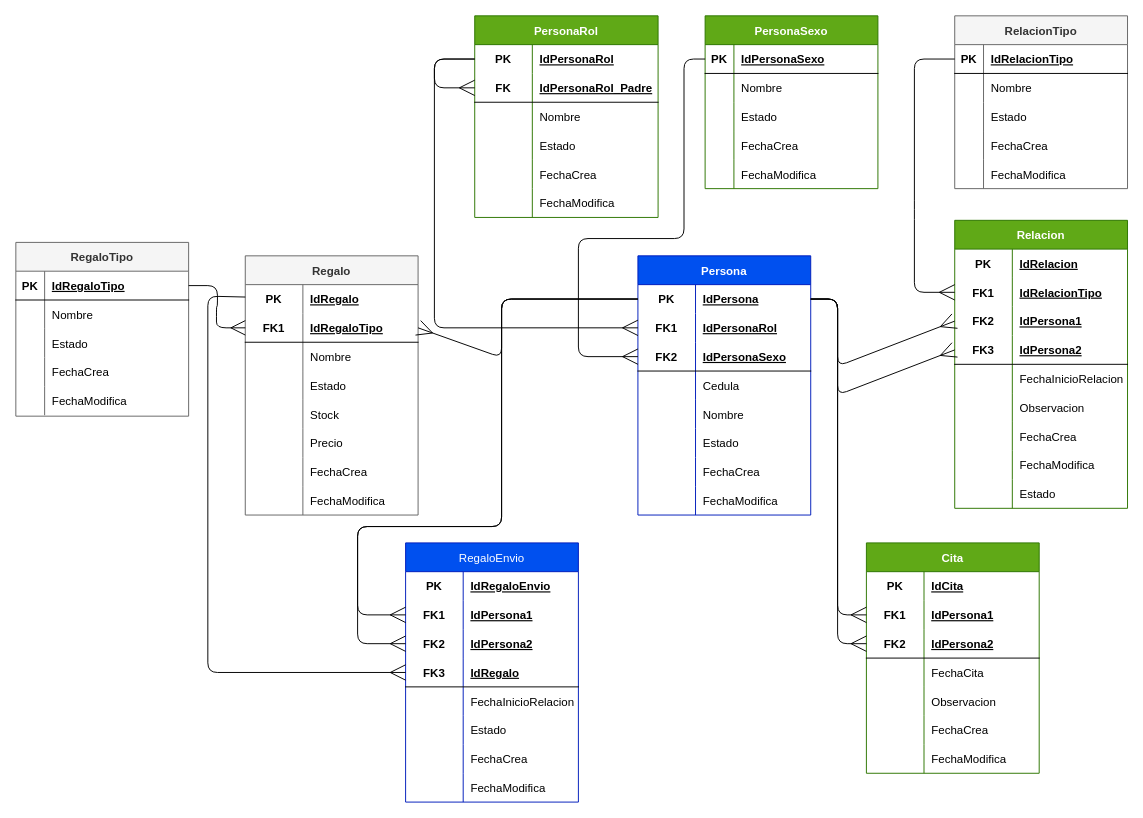
Before: Grupo5_PoliTinder/design/Diagrama_database.drawio in EdisonV5329/Grupo5_CodeMasters, a draw.io diagram. Source tidied: cells renumbered, new cells numbered last; positions are measured from the earlier drawing's top-left corner, leaving out a move shared by most shapes. Both pictures are drawn from the tidied source at 96%, with x=0, y=0 at pixel (15, 15).
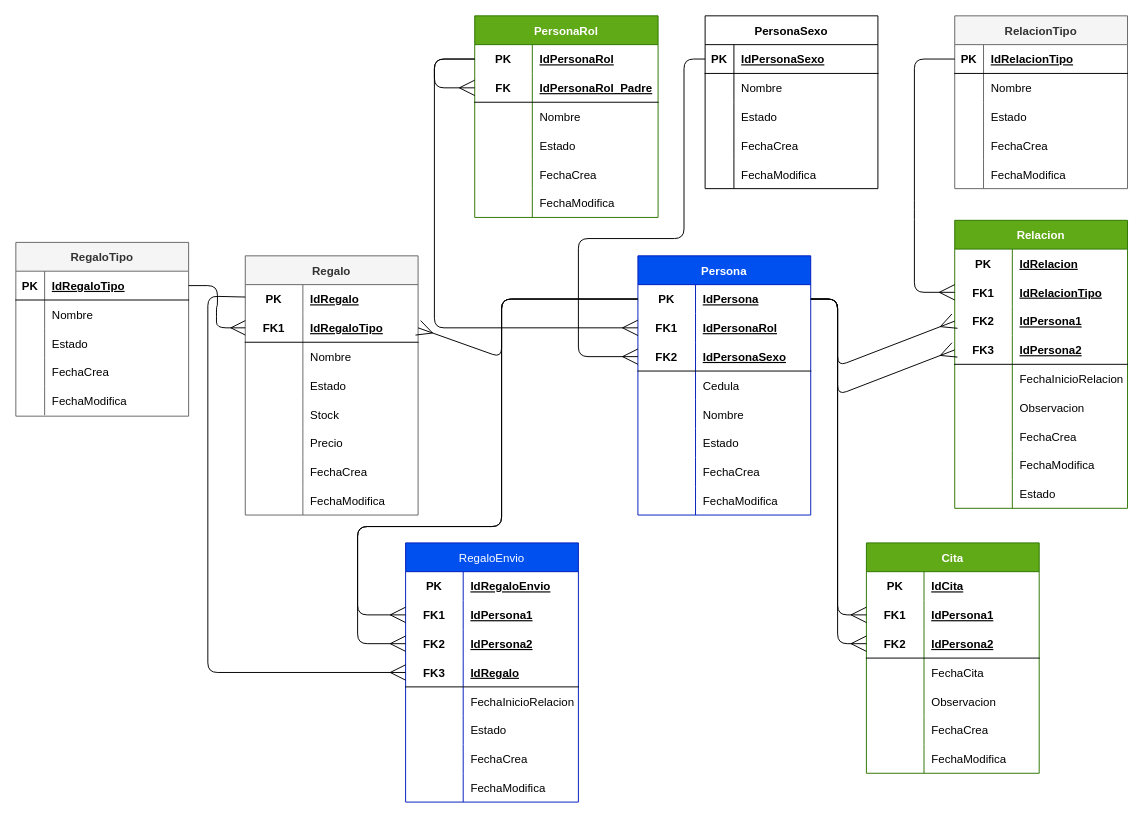
The same diagram, later.

The edit, as a diff of the source:
```diff
@@
-    <mxCell id="64" value="PersonaSexo" style="shape=table;startSize=30;childLayout=tableLayout;rowLines=0;fontStyle=1;align=center;strokeColor=#2D7600;fontColor=#ffffff;fillColor=#60a917;" parent="1" vertex="1">
+    <mxCell id="64" value="PersonaSexo" style="shape=table;startSize=30;childLayout=tableLayout;rowLines=0;fontStyle=1;align=center;strokeColor=#000000;fontColor=#000000;fillColor=none;" parent="1" vertex="1">
       <mxGeometry x="718" width="180" height="180" as="geometry" />
     </mxCell>
```
